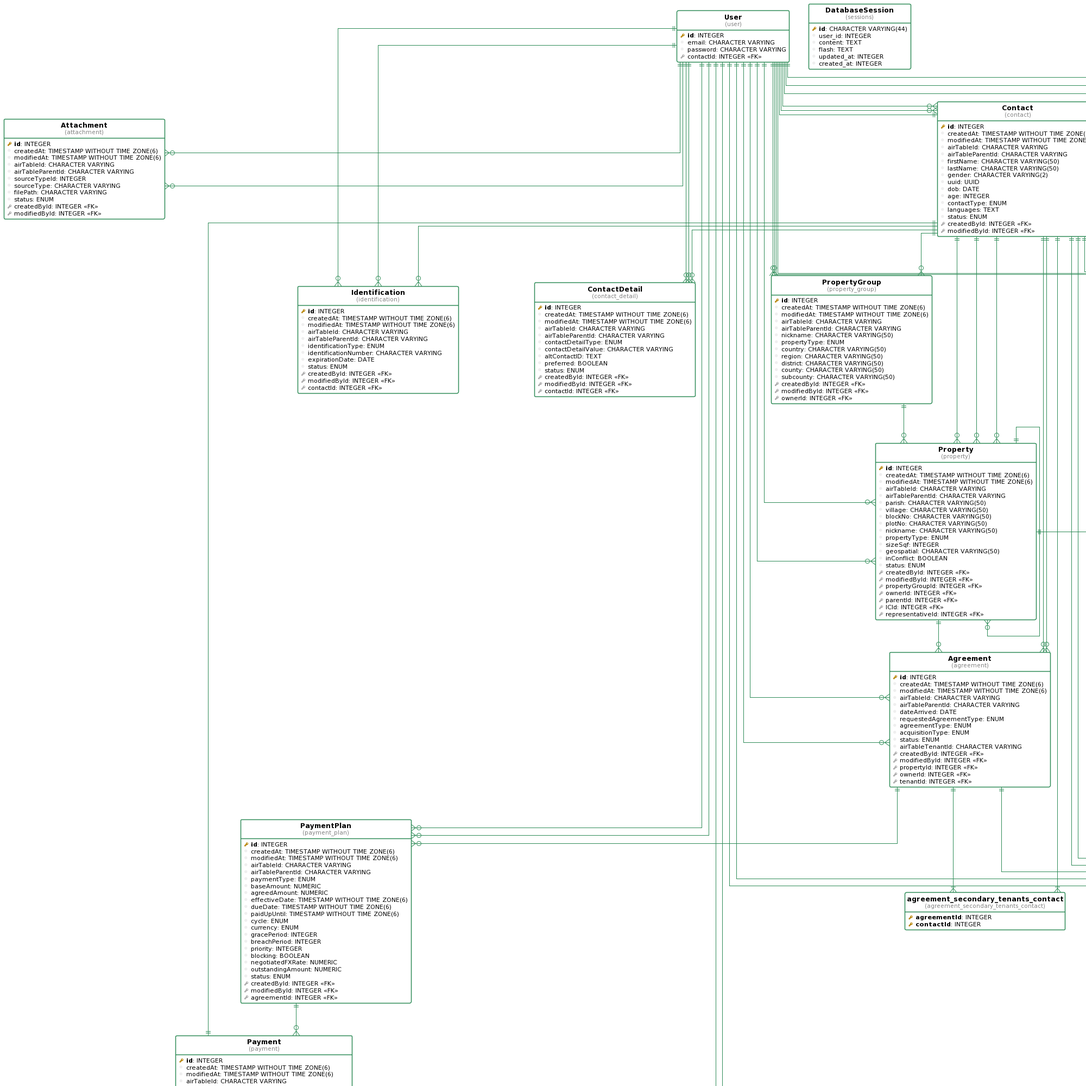
Earlier version of the PlantUML export docs/database-uml.png (Mwimwii/esapp-bb).
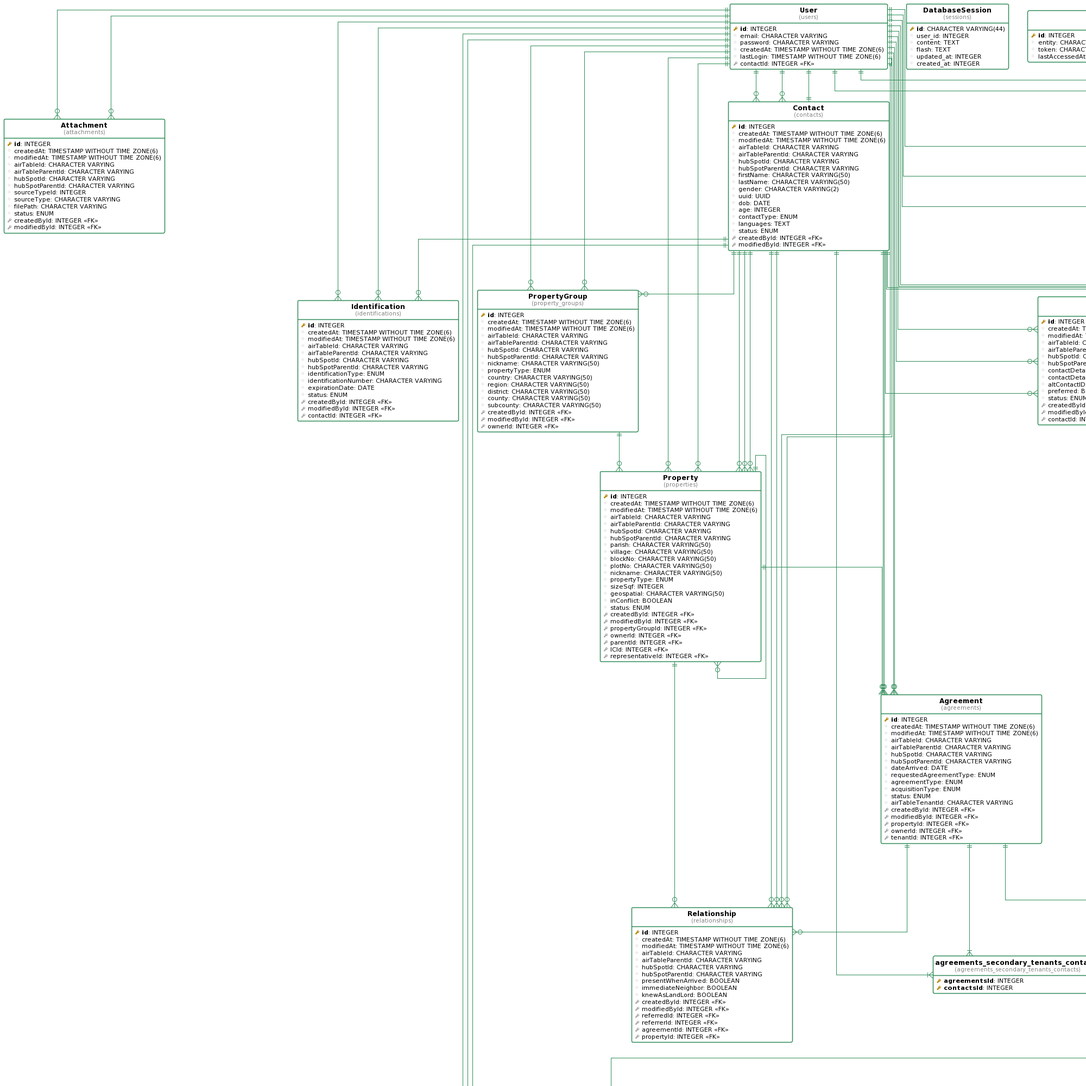
Above is the later version.

Commit message:
[titl-1201146728361072] update uml

Diff of the diagram source:
```diff
@@ -23,10 +23,12 @@
 }
 
 
-table( User, user ) as user {
+table( User, users ) as users {
   pkey( id ): INTEGER
   column( email ): CHARACTER VARYING
   column( password ): CHARACTER VARYING
+  column( createdAt ): TIMESTAMP WITHOUT TIME ZONE(6)
+  column( lastLogin ): TIMESTAMP WITHOUT TIME ZONE(6)
   fkey( contactId ): INTEGER <<FK>>
 }
 
@@ -39,12 +41,14 @@
   column( created_at ): INTEGER
 }
 
-table( Attachment, attachment ) as attachment {
+table( Attachment, attachments ) as attachments {
   pkey( id ): INTEGER
   column( createdAt ): TIMESTAMP WITHOUT TIME ZONE(6)
   column( modifiedAt ): TIMESTAMP WITHOUT TIME ZONE(6)
   column( airTableId ): CHARACTER VARYING
   column( airTableParentId ): CHARACTER VARYING
+  column( hubSpotId ): CHARACTER VARYING
+  column( hubSpotParentId ): CHARACTER VARYING
   column( sourceTypeId ): INTEGER
   column( sourceType ): CHARACTER VARYING
   column( filePath ): CHARACTER VARYING
@@ -53,12 +57,14 @@
   fkey( modifiedById ): INTEGER <<FK>>
 }
 
-table( Identification, identification ) as identification {
+table( Identification, identifications ) as identifications {
   pkey( id ): INTEGER
   column( createdAt ): TIMESTAMP WITHOUT TIME ZONE(6)
   column( modifiedAt ): TIMESTAMP WITHOUT TIME ZONE(6)
   column( airTableId ): CHARACTER VARYING
   column( airTableParentId ): CHARACTER VARYING
+  column( hubSpotId ): CHARACTER VARYING
+  column( hubSpotParentId ): CHARACTER VARYING
   column( identificationType ): ENUM
   column( identificationNumber ): CHARACTER VARYING
   column( expirationDate ): DATE
@@ -68,12 +74,34 @@
   fkey( contactId ): INTEGER <<FK>>
 }
 
-table( Contact, contact ) as contact {
+table( PropertyGroup, property_groups ) as property_groups {
   pkey( id ): INTEGER
   column( createdAt ): TIMESTAMP WITHOUT TIME ZONE(6)
   column( modifiedAt ): TIMESTAMP WITHOUT TIME ZONE(6)
   column( airTableId ): CHARACTER VARYING
   column( airTableParentId ): CHARACTER VARYING
+  column( hubSpotId ): CHARACTER VARYING
+  column( hubSpotParentId ): CHARACTER VARYING
+  column( nickname ): CHARACTER VARYING(50)
+  column( propertyType ): ENUM
+  column( country ): CHARACTER VARYING(50)
+  column( region ): CHARACTER VARYING(50)
+  column( district ): CHARACTER VARYING(50)
+  column( county ): CHARACTER VARYING(50)
+  column( subcounty ): CHARACTER VARYING(50)
+  fkey( createdById ): INTEGER <<FK>>
+  fkey( modifiedById ): INTEGER <<FK>>
+  fkey( ownerId ): INTEGER <<FK>>
+}
+
+table( Contact, contacts ) as contacts {
+  pkey( id ): INTEGER
+  column( createdAt ): TIMESTAMP WITHOUT TIME ZONE(6)
+  column( modifiedAt ): TIMESTAMP WITHOUT TIME ZONE(6)
+  column( airTableId ): CHARACTER VARYING
+  column( airTableParentId ): CHARACTER VARYING
+  column( hubSpotId ): CHARACTER VARYING
+  column( hubSpotParentId ): CHARACTER VARYING
   column( firstName ): CHARACTER VARYING(50)
   column( lastName ): CHARACTER VARYING(50)
   column( gender ): CHARACTER VARYING(2)
@@ -87,12 +115,14 @@
   fkey( modifiedById ): INTEGER <<FK>>
 }
 
-table( ContactDetail, contact_detail ) as contact_detail {
+table( ContactDetail, contact_details ) as contact_details {
   pkey( id ): INTEGER
   column( createdAt ): TIMESTAMP WITHOUT TIME ZONE(6)
   column( modifiedAt ): TIMESTAMP WITHOUT TIME ZONE(6)
   column( airTableId ): CHARACTER VARYING
   column( airTableParentId ): CHARACTER VARYING
+  column( hubSpotId ): CHARACTER VARYING
+  column( hubSpotParentId ): CHARACTER VARYING
   column( contactDetailType ): ENUM
   column( contactDetailValue ): CHARACTER VARYING
   column( altContactID ): TEXT
@@ -103,12 +133,14 @@
   fkey( contactId ): INTEGER <<FK>>
 }
 
-table( Payment, payment ) as payment {
+table( Payment, payments ) as payments {
   pkey( id ): INTEGER
   column( createdAt ): TIMESTAMP WITHOUT TIME ZONE(6)
   column( modifiedAt ): TIMESTAMP WITHOUT TIME ZONE(6)
   column( airTableId ): CHARACTER VARYING
   column( airTableParentId ): CHARACTER VARYING
+  column( hubSpotId ): CHARACTER VARYING
+  column( hubSpotParentId ): CHARACTER VARYING
   column( paymentType ): ENUM
   column( paidBy ): CHARACTER VARYING
   column( amount ): NUMERIC
@@ -126,14 +158,18 @@
   pkey( verifiedById ): INTEGER
   column( verifiedByEmail ): CHARACTER VARYING
   column( verifiedByPassword ): CHARACTER VARYING
+  column( verifiedByCreatedat ): TIMESTAMP WITHOUT TIME ZONE(6)
+  column( verifiedByLastlogin ): TIMESTAMP WITHOUT TIME ZONE(6)
 }
 
-table( PaymentPlan, payment_plan ) as payment_plan {
+table( PaymentPlan, payment_plans ) as payment_plans {
   pkey( id ): INTEGER
   column( createdAt ): TIMESTAMP WITHOUT TIME ZONE(6)
   column( modifiedAt ): TIMESTAMP WITHOUT TIME ZONE(6)
   column( airTableId ): CHARACTER VARYING
   column( airTableParentId ): CHARACTER VARYING
+  column( hubSpotId ): CHARACTER VARYING
+  column( hubSpotParentId ): CHARACTER VARYING
   column( paymentType ): ENUM
   column( baseAmount ): NUMERIC
   column( agreedAmount ): NUMERIC
@@ -154,12 +190,14 @@
   fkey( agreementId ): INTEGER <<FK>>
 }
 
-table( Property, property ) as property {
+table( Property, properties ) as properties {
   pkey( id ): INTEGER
   column( createdAt ): TIMESTAMP WITHOUT TIME ZONE(6)
   column( modifiedAt ): TIMESTAMP WITHOUT TIME ZONE(6)
   column( airTableId ): CHARACTER VARYING
   column( airTableParentId ): CHARACTER VARYING
+  column( hubSpotId ): CHARACTER VARYING
+  column( hubSpotParentId ): CHARACTER VARYING
   column( parish ): CHARACTER VARYING(50)
   column( village ): CHARACTER VARYING(50)
   column( blockNo ): CHARACTER VARYING(50)
@@ -179,30 +217,14 @@
   fkey( representativeId ): INTEGER <<FK>>
 }
 
-table( PropertyGroup, property_group ) as property_group {
+table( Relationship, relationships ) as relationships {
   pkey( id ): INTEGER
   column( createdAt ): TIMESTAMP WITHOUT TIME ZONE(6)
   column( modifiedAt ): TIMESTAMP WITHOUT TIME ZONE(6)
   column( airTableId ): CHARACTER VARYING
   column( airTableParentId ): CHARACTER VARYING
-  column( nickname ): CHARACTER VARYING(50)
-  column( propertyType ): ENUM
-  column( country ): CHARACTER VARYING(50)
-  column( region ): CHARACTER VARYING(50)
-  column( district ): CHARACTER VARYING(50)
-  column( county ): CHARACTER VARYING(50)
-  column( subcounty ): CHARACTER VARYING(50)
-  fkey( createdById ): INTEGER <<FK>>
-  fkey( modifiedById ): INTEGER <<FK>>
-  fkey( ownerId ): INTEGER <<FK>>
-}
-
-table( Relationship, relationship ) as relationship {
-  pkey( id ): INTEGER
-  column( createdAt ): TIMESTAMP WITHOUT TIME ZONE(6)
-  column( modifiedAt ): TIMESTAMP WITHOUT TIME ZONE(6)
-  column( airTableId ): CHARACTER VARYING
-  column( airTableParentId ): CHARACTER VARYING
+  column( hubSpotId ): CHARACTER VARYING
+  column( hubSpotParentId ): CHARACTER VARYING
   column( presentWhenArrived ): BOOLEAN
   column( immediateNeighbor ): BOOLEAN
   column( knewAsLandLord ): BOOLEAN
@@ -214,12 +236,14 @@
   fkey( propertyId ): INTEGER <<FK>>
 }
 
-table( Ticket, ticket ) as ticket {
+table( Ticket, tickets ) as tickets {
   pkey( id ): INTEGER
   column( createdAt ): TIMESTAMP WITHOUT TIME ZONE(6)
   column( modifiedAt ): TIMESTAMP WITHOUT TIME ZONE(6)
   column( airTableId ): CHARACTER VARYING
   column( airTableParentId ): CHARACTER VARYING
+  column( hubSpotId ): CHARACTER VARYING
+  column( hubSpotParentId ): CHARACTER VARYING
   column( sourceType ): ENUM
   column( sourceTypeId ): INTEGER
   column( ticketType ): ENUM
@@ -234,12 +258,21 @@
   fkey( internalAssigneeId ): INTEGER <<FK>>
 }
 
-table( Agreement, agreement ) as agreement {
+table( ApiToken, tokens ) as tokens {
+  pkey( id ): INTEGER
+  column( entity ): CHARACTER VARYING
+  column( token ): CHARACTER VARYING
+  column( lastAccessedAt ): TIMESTAMP WITHOUT TIME ZONE(6)
+}
+
+table( Agreement, agreements ) as agreements {
   pkey( id ): INTEGER
   column( createdAt ): TIMESTAMP WITHOUT TIME ZONE(6)
   column( modifiedAt ): TIMESTAMP WITHOUT TIME ZONE(6)
   column( airTableId ): CHARACTER VARYING
   column( airTableParentId ): CHARACTER VARYING
+  column( hubSpotId ): CHARACTER VARYING
+  column( hubSpotParentId ): CHARACTER VARYING
   column( dateArrived ): DATE
   column( requestedAgreementType ): ENUM
   column( agreementType ): ENUM
@@ -253,12 +286,14 @@
   fkey( tenantId ): INTEGER <<FK>>
 }
 
-table( MagicCode, magic_code ) as magic_code {
+table( MagicCode, magic_codes ) as magic_codes {
   pkey( id ): INTEGER
   column( createdAt ): TIMESTAMP WITHOUT TIME ZONE(6)
   column( modifiedAt ): TIMESTAMP WITHOUT TIME ZONE(6)
   column( airTableId ): CHARACTER VARYING
   column( airTableParentId ): CHARACTER VARYING
+  column( hubSpotId ): CHARACTER VARYING
+  column( hubSpotParentId ): CHARACTER VARYING
   column( token ): CHARACTER VARYING(255)
   column( expiresAt ): DATE
   column( usedAt ): DATE
@@ -268,57 +303,57 @@
   fkey( userId ): INTEGER <<FK>>
 }
 
-table( agreement_secondary_tenants_contact, agreement_secondary_tenants_contact ) as agreement_secondary_tenants_contact {
-  pkey( agreementId ): INTEGER
-  pkey( contactId ): INTEGER
+table( agreements_secondary_tenants_contacts, agreements_secondary_tenants_contacts ) as agreements_secondary_tenants_contacts {
+  pkey( agreementsId ): INTEGER
+  pkey( contactsId ): INTEGER
 }
 
-"contact" ||--|| "user"
-"user" ||--o{ "attachment"
-"user" ||--o{ "attachment"
-"user" ||--o{ "identification"
-"user" ||--o{ "identification"
-"contact" ||--o{ "identification"
-"user" ||--o{ "contact"
-"user" ||--o{ "contact"
-"user" ||--o{ "contact_detail"
-"user" ||--o{ "contact_detail"
-"contact" ||--o{ "contact_detail"
-"user" ||--o{ "payment"
-"user" ||--o{ "payment"
-"payment_plan" ||--o{ "payment"
-"contact" ||--|| "payment"
-"user" ||--o{ "payment_plan"
-"user" ||--o{ "payment_plan"
-"agreement" ||--o{ "payment_plan"
-"user" ||--o{ "property"
-"user" ||--o{ "property"
-"property_group" ||--o{ "property"
-"contact" ||--o{ "property"
-"property" ||--o{ "property"
-"contact" ||--o{ "property"
-"contact" ||--o{ "property"
-"user" ||--o{ "property_group"
-"user" ||--o{ "property_group"
-"contact" ||--o{ "property_group"
-"user" ||--o{ "relationship"
-"user" ||--o{ "relationship"
-"contact" ||--o{ "relationship"
-"contact" ||--o{ "relationship"
-"agreement" ||--o{ "relationship"
-"property" ||--o{ "relationship"
-"user" ||--o{ "ticket"
-"user" ||--o{ "ticket"
-"contact" ||--o{ "ticket"
-"contact" ||--o{ "ticket"
-"user" ||--o{ "agreement"
-"user" ||--o{ "agreement"
-"property" ||--o{ "agreement"
-"contact" ||--o{ "agreement"
-"contact" ||--o{ "agreement"
-"user" ||--o{ "magic_code"
-"user" ||--o{ "magic_code"
-"user" ||--o{ "magic_code"
-"agreement" ||--|{ "agreement_secondary_tenants_contact"
-"contact" ||--|{ "agreement_secondary_tenants_contact"
+"contacts" ||--|| "users"
+"users" ||--o{ "attachments"
+"users" ||--o{ "attachments"
+"users" ||--o{ "identifications"
+"users" ||--o{ "identifications"
+"contacts" ||--o{ "identifications"
+"users" ||--o{ "property_groups"
+"users" ||--o{ "property_groups"
+"contacts" ||--o{ "property_groups"
+"users" ||--o{ "contacts"
+"users" ||--o{ "contacts"
+"users" ||--o{ "contact_details"
+"users" ||--o{ "contact_details"
+"contacts" ||--o{ "contact_details"
+"users" ||--o{ "payments"
+"users" ||--o{ "payments"
+"payment_plans" ||--o{ "payments"
+"contacts" ||--|| "payments"
+"users" ||--o{ "payment_plans"
+"users" ||--o{ "payment_plans"
+"agreements" ||--o{ "payment_plans"
+"users" ||--o{ "properties"
+"users" ||--o{ "properties"
+"property_groups" ||--o{ "properties"
+"contacts" ||--o{ "properties"
+"properties" ||--o{ "properties"
+"contacts" ||--o{ "properties"
+"contacts" ||--o{ "properties"
+"users" ||--o{ "relationships"
+"users" ||--o{ "relationships"
+"contacts" ||--o{ "relationships"
+"contacts" ||--o{ "relationships"
+"agreements" ||--o{ "relationships"
+"properties" ||--o{ "relationships"
+"users" ||--o{ "tickets"
+"users" ||--o{ "tickets"
+"contacts" ||--o{ "tickets"
+"contacts" ||--o{ "tickets"
+"users" ||--o{ "agreements"
+"users" ||--o{ "agreements"
+"properties" ||--o{ "agreements"
+"contacts" ||--o{ "agreements"
+"contacts" ||--o{ "agreements"
+"users" ||--o{ "magic_codes"
+"users" ||--o{ "magic_codes"
+"users" ||--o{ "magic_codes"
+"agreements" ||--|{ "agreements_secondary_tenants_contacts"
+"contacts" ||--|{ "agreements_secondary_tenants_contacts"
 @enduml
```
